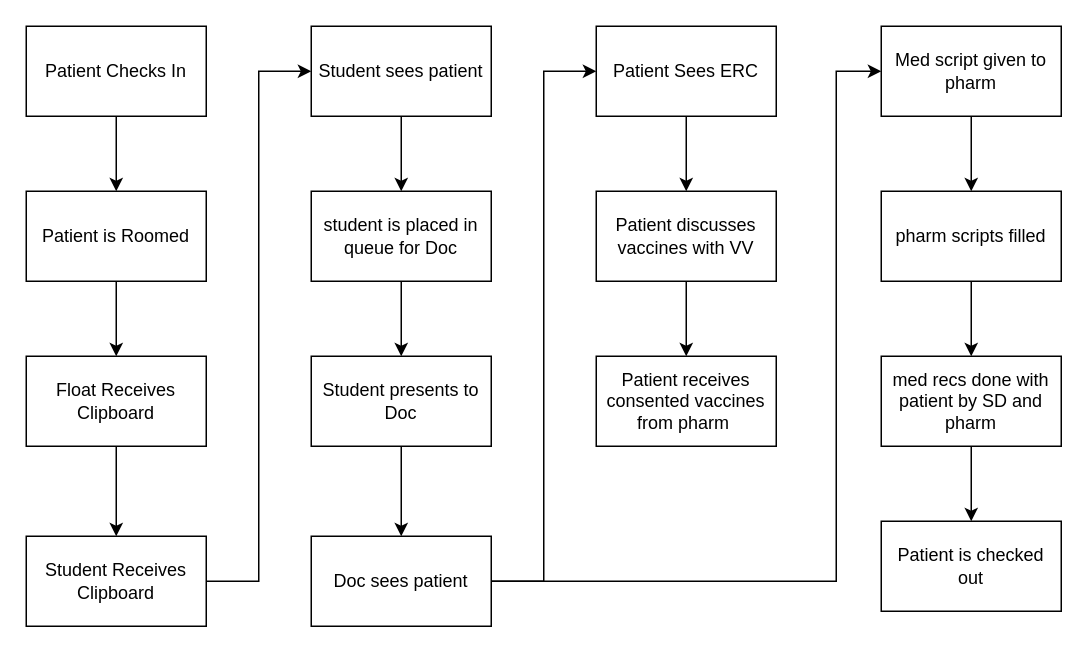
This is Untitled Diagram.drawio from Jakelamers64/Sketchy_Micro, a draw.io file, before an edit. Source tidied: cells renumbered, new cells numbered last; positions are measured from the earlier drawing's top-left corner, leaving out a move shared by most shapes. Both pictures are drawn from the tidied source at 150%, with x=0, y=0 at pixel (26, 26).
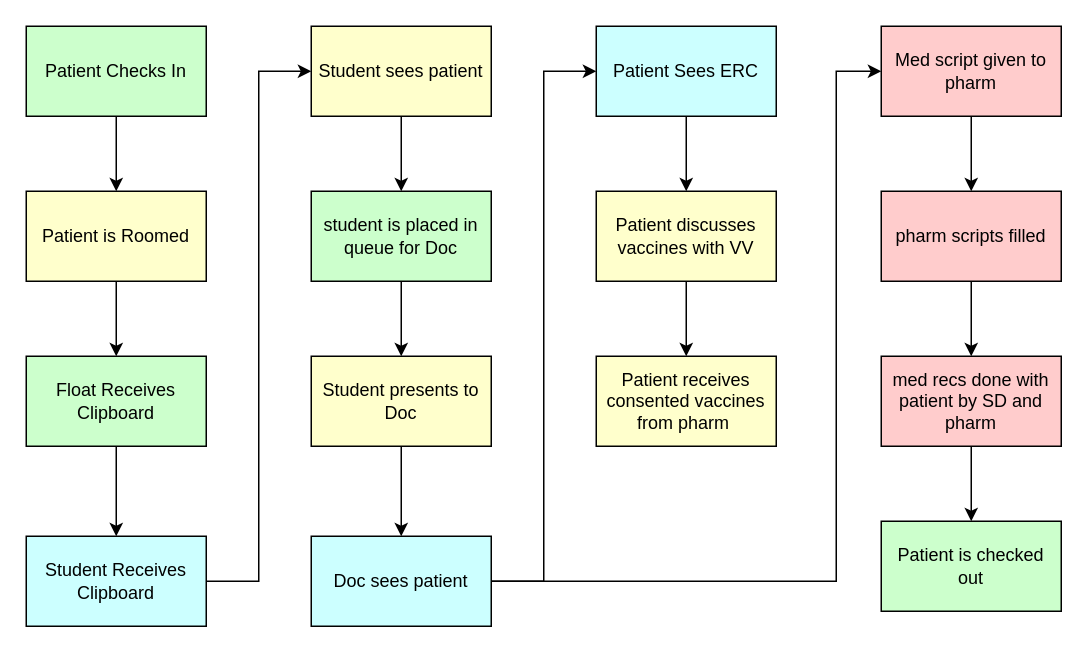
The same page after the edit.

Diff of the diagram source:
```diff
@@
-    <mxCell id="3" value="Patient Checks In" style="rounded=0;whiteSpace=wrap;html=1;" parent="1" vertex="1">
+    <mxCell id="3" value="Patient Checks In" style="rounded=0;whiteSpace=wrap;html=1;fillColor=#CCFFCC;" parent="1" vertex="1">
       <mxGeometry width="120" height="60" as="geometry" />
     </mxCell>
@@
-    <mxCell id="5" value="Patient is Roomed" style="rounded=0;whiteSpace=wrap;html=1;" parent="1" vertex="1">
+    <mxCell id="5" value="Patient is Roomed" style="rounded=0;whiteSpace=wrap;html=1;fillColor=#FFFFCC;" parent="1" vertex="1">
       <mxGeometry y="110" width="120" height="60" as="geometry" />
     </mxCell>
@@
-    <mxCell id="7" value="Float Receives Clipboard" style="rounded=0;whiteSpace=wrap;html=1;" parent="1" vertex="1">
+    <mxCell id="7" value="Float Receives Clipboard" style="rounded=0;whiteSpace=wrap;html=1;fillColor=#CCFFCC;" parent="1" vertex="1">
       <mxGeometry y="220" width="120" height="60" as="geometry" />
     </mxCell>
@@
-    <mxCell id="9" value="Student Receives Clipboard" style="rounded=0;whiteSpace=wrap;html=1;" parent="1" vertex="1">
+    <mxCell id="9" value="Student Receives Clipboard" style="rounded=0;whiteSpace=wrap;html=1;fillColor=#CCFFFF;" parent="1" vertex="1">
       <mxGeometry y="340" width="120" height="60" as="geometry" />
     </mxCell>
@@
-    <mxCell id="11" value="Student sees patient" style="rounded=0;whiteSpace=wrap;html=1;" parent="1" vertex="1">
+    <mxCell id="11" value="Student sees patient" style="rounded=0;whiteSpace=wrap;html=1;fillColor=#FFFFCC;" parent="1" vertex="1">
       <mxGeometry x="190" width="120" height="60" as="geometry" />
     </mxCell>
@@
-    <mxCell id="13" value="student is placed in queue for Doc" style="rounded=0;whiteSpace=wrap;html=1;" parent="1" vertex="1">
+    <mxCell id="13" value="student is placed in queue for Doc" style="rounded=0;whiteSpace=wrap;html=1;fillColor=#CCFFCC;" parent="1" vertex="1">
       <mxGeometry x="190" y="110" width="120" height="60" as="geometry" />
     </mxCell>
@@
-    <mxCell id="15" value="Student presents to Doc" style="rounded=0;whiteSpace=wrap;html=1;" parent="1" vertex="1">
+    <mxCell id="15" value="Student presents to Doc" style="rounded=0;whiteSpace=wrap;html=1;fillColor=#FFFFCC;" parent="1" vertex="1">
       <mxGeometry x="190" y="220" width="120" height="60" as="geometry" />
     </mxCell>
@@
-    <mxCell id="18" value="Doc sees patient" style="rounded=0;whiteSpace=wrap;html=1;" parent="1" vertex="1">
+    <mxCell id="18" value="Doc sees patient" style="rounded=0;whiteSpace=wrap;html=1;fillColor=#CCFFFF;" parent="1" vertex="1">
       <mxGeometry x="190" y="340" width="120" height="60" as="geometry" />
     </mxCell>
@@
-    <mxCell id="20" value="Patient Sees ERC" style="rounded=0;whiteSpace=wrap;html=1;" parent="1" vertex="1">
+    <mxCell id="20" value="Patient Sees ERC" style="rounded=0;whiteSpace=wrap;html=1;fillColor=#CCFFFF;" parent="1" vertex="1">
       <mxGeometry x="380" width="120" height="60" as="geometry" />
     </mxCell>
@@
-    <mxCell id="22" value="Med script given to pharm" style="rounded=0;whiteSpace=wrap;html=1;" parent="1" vertex="1">
+    <mxCell id="22" value="Med script given to pharm" style="rounded=0;whiteSpace=wrap;html=1;fillColor=#FFCCCC;" parent="1" vertex="1">
       <mxGeometry x="570" width="120" height="60" as="geometry" />
     </mxCell>
@@
-    <mxCell id="24" value="Patient discusses vaccines with VV" style="rounded=0;whiteSpace=wrap;html=1;" parent="1" vertex="1">
+    <mxCell id="24" value="Patient discusses vaccines with VV" style="rounded=0;whiteSpace=wrap;html=1;fillColor=#FFFFCC;" parent="1" vertex="1">
       <mxGeometry x="380" y="110" width="120" height="60" as="geometry" />
     </mxCell>
-    <mxCell id="25" value="Patient receives consented vaccines from pharm&amp;nbsp;" style="rounded=0;whiteSpace=wrap;html=1;" parent="1" vertex="1">
+    <mxCell id="25" value="Patient receives consented vaccines from pharm&amp;nbsp;" style="rounded=0;whiteSpace=wrap;html=1;fillColor=#FFFFCC;" parent="1" vertex="1">
       <mxGeometry x="380" y="220" width="120" height="60" as="geometry" />
     </mxCell>
@@
-    <mxCell id="27" value="pharm scripts filled" style="rounded=0;whiteSpace=wrap;html=1;" parent="1" vertex="1">
+    <mxCell id="27" value="pharm scripts filled" style="rounded=0;whiteSpace=wrap;html=1;fillColor=#FFCCCC;" parent="1" vertex="1">
       <mxGeometry x="570" y="110" width="120" height="60" as="geometry" />
     </mxCell>
@@
-    <mxCell id="29" value="med recs done with patient by SD and pharm" style="rounded=0;whiteSpace=wrap;html=1;" parent="1" vertex="1">
+    <mxCell id="29" value="med recs done with patient by SD and pharm" style="rounded=0;whiteSpace=wrap;html=1;fillColor=#FFCCCC;" parent="1" vertex="1">
       <mxGeometry x="570" y="220" width="120" height="60" as="geometry" />
     </mxCell>
-    <mxCell id="30" value="&lt;div&gt;Patient is checked&lt;/div&gt;&lt;div&gt;out&lt;/div&gt;" style="rounded=0;whiteSpace=wrap;html=1;" parent="1" vertex="1">
+    <mxCell id="30" value="&lt;div&gt;Patient is checked&lt;/div&gt;&lt;div&gt;out&lt;/div&gt;" style="rounded=0;whiteSpace=wrap;html=1;fillColor=#CCFFCC;" parent="1" vertex="1">
       <mxGeometry x="570" y="330" width="120" height="60" as="geometry" />
     </mxCell>
```
